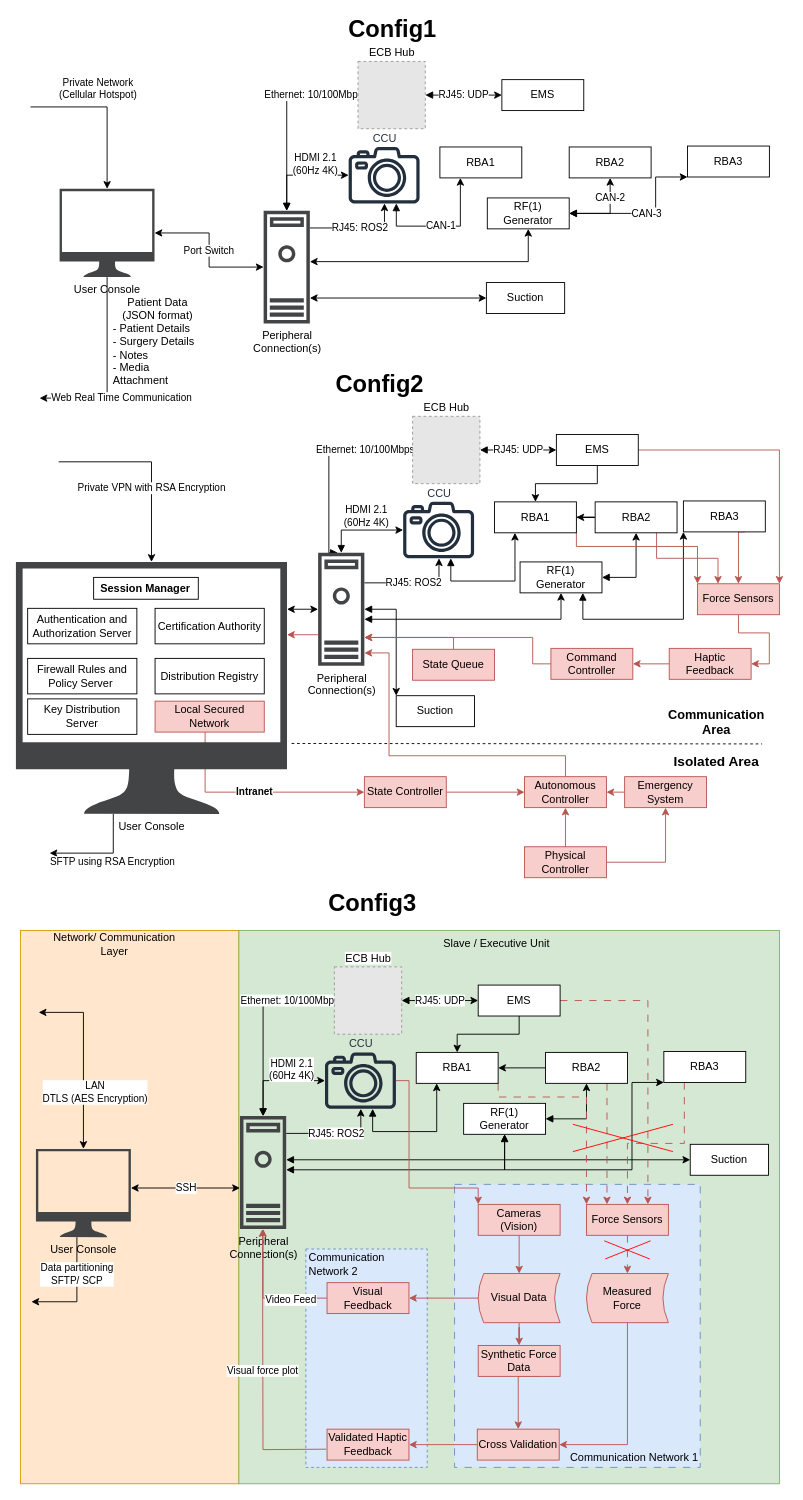
Earlier version of the draw.io diagram ConvMed-EndingCase.drawio (PJPDQ/Engineering-Workflows). Source tidied: cells renumbered, new cells numbered last; positions are measured from the earlier drawing's top-left corner, leaving out a move shared by most shapes. Both pictures are drawn from the tidied source at 91%, with x=0, y=0 at pixel (15, 15). Pictures stored in the file or linked from it are replaced by grey dashed boxes.
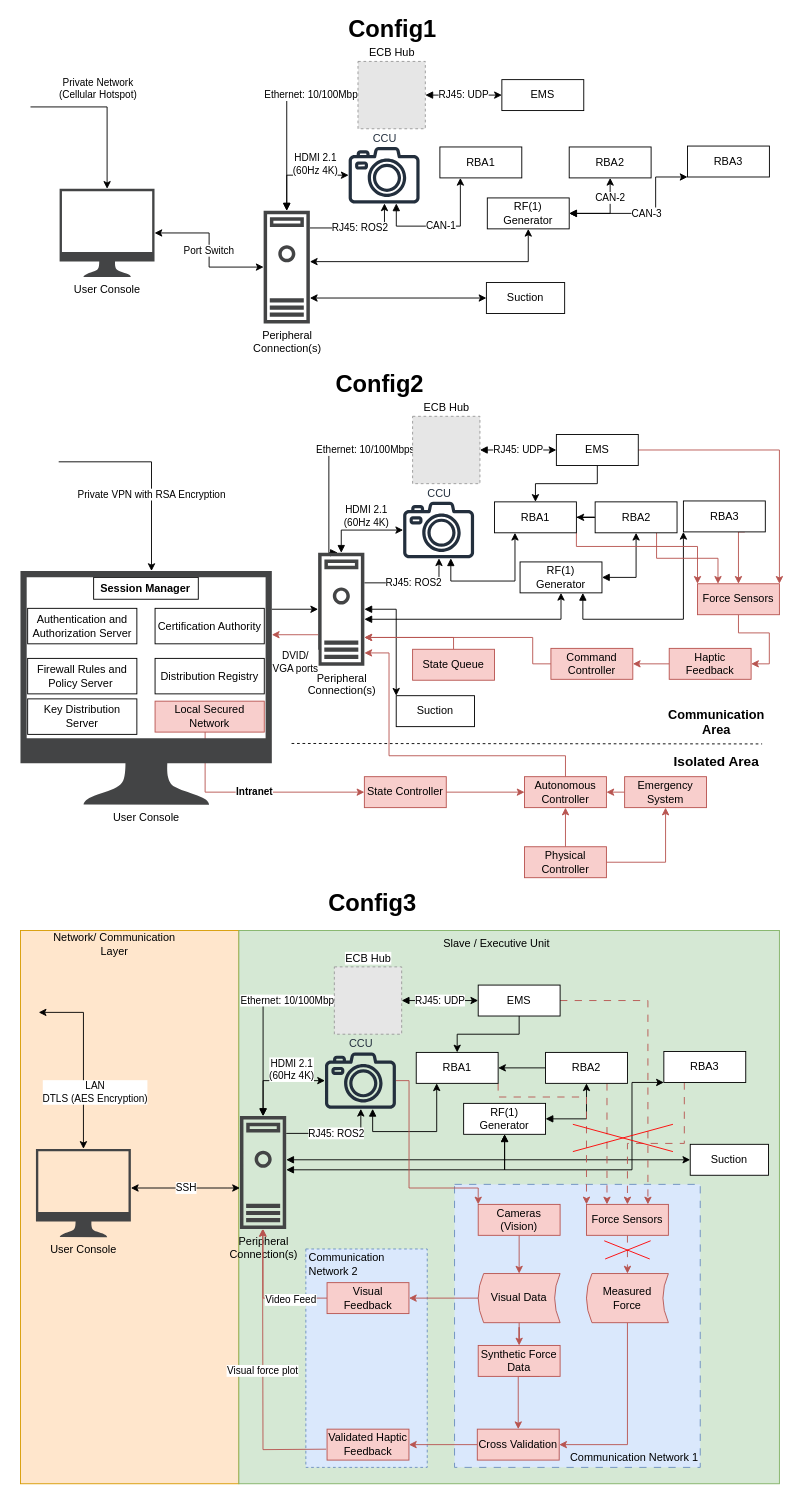
After the change.

Unchanged cells that the change refers to:
```xml
<mxCell id="53" value="User Console" style="sketch=0;shadow=0;dashed=0;html=1;strokeColor=none;fillColor=#434445;labelPosition=center;verticalLabelPosition=bottom;verticalAlign=top;align=center;outlineConnect=0;shape=mxgraph.vvd.monitor;" parent="1" vertex="1">
  <mxGeometry x="22" y="1245" width="104.3" height="97" as="geometry" />
</mxCell>
<mxCell id="78" value="User Console" style="sketch=0;shadow=0;dashed=0;html=1;strokeColor=none;fillColor=#434445;labelPosition=center;verticalLabelPosition=bottom;verticalAlign=top;align=center;outlineConnect=0;shape=mxgraph.vvd.monitor;" parent="1" vertex="1">
  <mxGeometry x="48" y="190" width="104.3" height="97" as="geometry" />
</mxCell>
<mxCell id="87" value="Peripheral&lt;br&gt;Connection(s)" style="sketch=0;shadow=0;dashed=0;html=1;strokeColor=none;fillColor=#434445;labelPosition=center;verticalLabelPosition=bottom;verticalAlign=top;align=center;outlineConnect=0;shape=mxgraph.vvd.machine;" parent="1" vertex="1">
  <mxGeometry x="332.1" y="590" width="50.8" height="124" as="geometry" />
</mxCell>
```

The edit, as a diff of the source:
```diff
@@
-    <mxCell id="52" value="Data partitioning &lt;br&gt;SFTP/ SCP" style="edgeStyle=orthogonalEdgeStyle;rounded=0;jettySize=auto;html=1;" parent="1" edge="1" source="53">
-      <mxGeometry x="-0.32" relative="1" as="geometry">
-        <mxPoint x="17" y="1413" as="targetPoint" />
-        <Array as="points">
-          <mxPoint x="67" y="1413" />
-        </Array>
-      </mxGeometry>
-    </mxCell>
@@
-    <mxCell id="77" value="Web Real Time Communication" style="edgeStyle=orthogonalEdgeStyle;rounded=0;jettySize=auto;html=1;" parent="1" edge="1" source="78">
-      <mxGeometry x="0.28" y="-16" relative="1" as="geometry">
-        <mxPoint x="26" y="420" as="targetPoint" />
-        <Array as="points">
-          <mxPoint x="100" y="420" />
-        </Array>
-        <mxPoint x="16" y="16" as="offset" />
-      </mxGeometry>
-    </mxCell>
@@
-    <mxCell id="80" value="Patient Data&lt;br&gt;(JSON format)&lt;br&gt;&lt;div style=&quot;text-align: left;&quot;&gt;&lt;span style=&quot;background-color: initial;&quot;&gt;- Patient Details&lt;/span&gt;&lt;/div&gt;&lt;div style=&quot;text-align: left;&quot;&gt;&lt;span style=&quot;background-color: initial;&quot;&gt;- Surgery Details&lt;/span&gt;&lt;/div&gt;&lt;div style=&quot;text-align: left;&quot;&gt;&lt;span style=&quot;background-color: initial;&quot;&gt;- Notes&lt;/span&gt;&lt;/div&gt;&lt;div style=&quot;text-align: left;&quot;&gt;&lt;span style=&quot;background-color: initial;&quot;&gt;- Media Attachment&lt;/span&gt;&lt;/div&gt;" style="text;html=1;align=center;verticalAlign=middle;whiteSpace=wrap;rounded=0;" parent="1" vertex="1">
-      <mxGeometry x="106" y="313" width="100" height="90" as="geometry" />
-    </mxCell>
@@
-    <mxCell id="133" style="edgeStyle=orthogonalEdgeStyle;rounded=0;jettySize=auto;html=1;startArrow=classic;startFill=1;" parent="1" edge="1" source="139" target="87">
+    <mxCell id="133" style="edgeStyle=orthogonalEdgeStyle;rounded=0;jettySize=auto;html=1;startArrow=none;startFill=0;" parent="1" edge="1" source="139" target="87">
       <mxGeometry relative="1" as="geometry">
         <Array as="points">
           <mxPoint x="310" y="652" />
           <mxPoint x="310" y="652" />
         </Array>
       </mxGeometry>
     </mxCell>
-    <mxCell id="134" style="edgeStyle=orthogonalEdgeStyle;rounded=0;jettySize=auto;html=1;fillColor=#f8cecc;strokeColor=#b85450;" parent="1" edge="1" source="87" target="139">
-      <mxGeometry relative="1" as="geometry">
+    <mxCell id="134" value="DVID/ &lt;br&gt;VGA ports" style="edgeStyle=orthogonalEdgeStyle;rounded=0;jettySize=auto;html=1;fillColor=#f8cecc;strokeColor=#b85450;" parent="1" edge="1" source="87" target="139">
+      <mxGeometry x="-0.01" y="30" relative="1" as="geometry">
         <Array as="points">
           <mxPoint x="310" y="680" />
           <mxPoint x="310" y="680" />
         </Array>
       </mxGeometry>
     </mxCell>
@@
-    <mxCell id="138" value="SFTP using RSA Encryption" style="edgeStyle=orthogonalEdgeStyle;rounded=0;jettySize=auto;html=1;" parent="1" edge="1" source="139">
-      <mxGeometry x="-0.23" y="10" relative="1" as="geometry">
-        <mxPoint x="37" y="920" as="targetPoint" />
-        <Array as="points">
-          <mxPoint x="107" y="920" />
-        </Array>
-      </mxGeometry>
-    </mxCell>
     <mxCell id="139" value="User Console" style="sketch=0;shadow=0;dashed=0;html=1;strokeColor=none;fillColor=#434445;labelPosition=center;verticalLabelPosition=bottom;verticalAlign=top;align=center;outlineConnect=0;shape=mxgraph.vvd.monitor;" parent="1" vertex="1">
-      <mxGeometry y="600" width="297.9" height="277" as="geometry" />
+      <mxGeometry x="5" y="610" width="276.2" height="256.9" as="geometry" />
     </mxCell>
```
